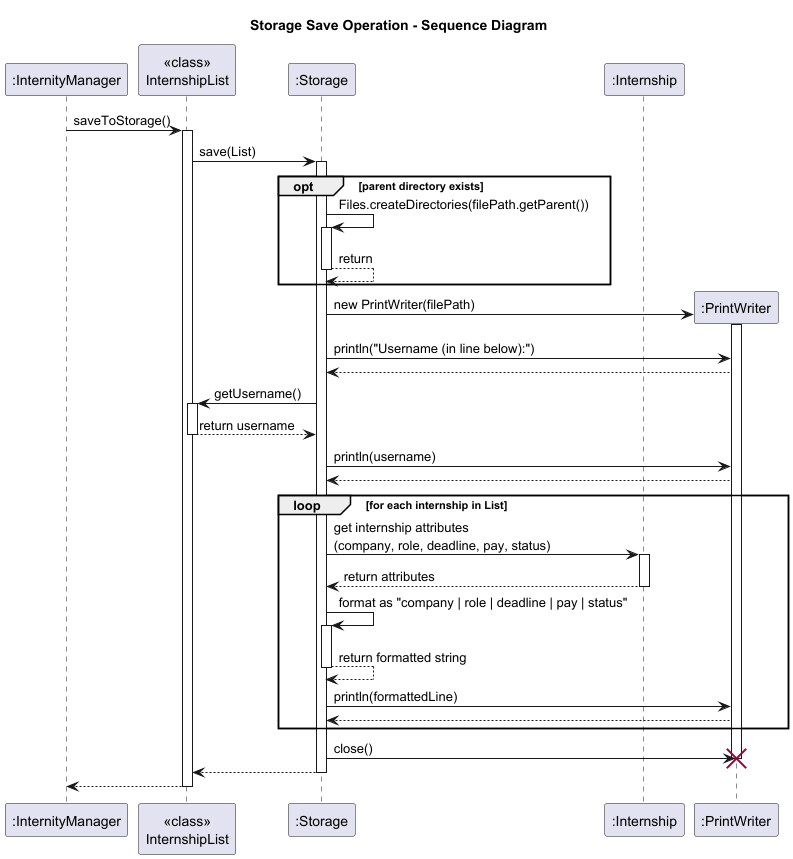
This is docs/diagrams/StorageSaveSD.png from AY2526S1-CS2113-W14-4/tp, a PlantUML export, as it was before one commit.
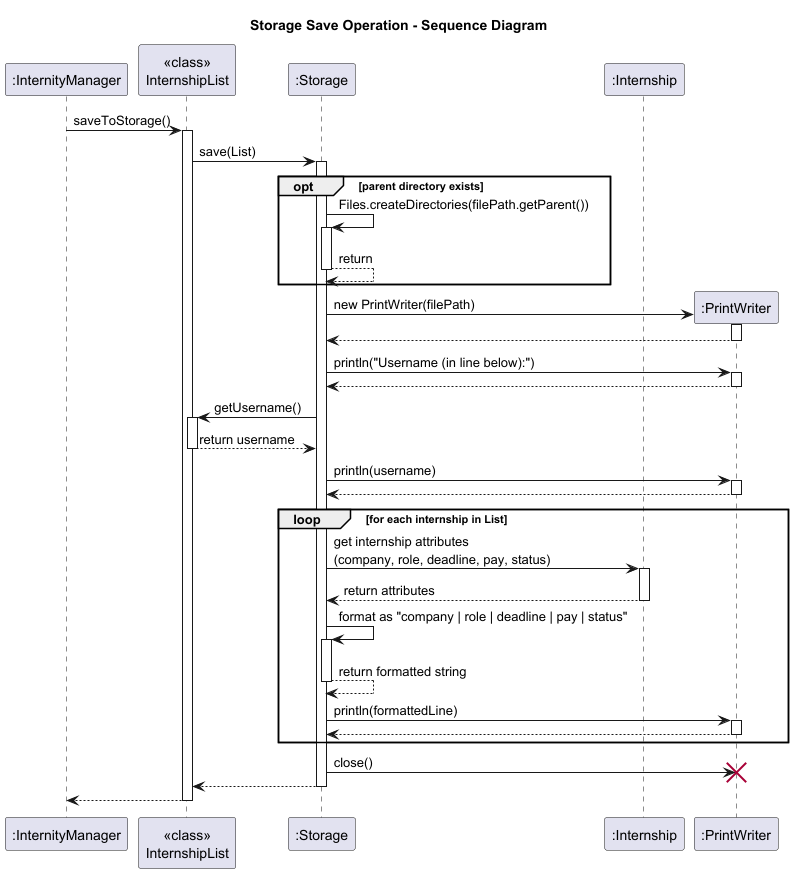
The same diagram one commit later.

What changed in the source:
```diff
@@ -21,15 +21,20 @@
 create ":PrintWriter" as PW
 S -> PW**: new PrintWriter(filePath)
 activate PW
+return
 
 S -> PW: println("Username (in line below):")
+activate PW
 PW --> S
+deactivate PW
 S -> IL: getUsername()
 activate IL
 IL --> S: return username
 deactivate IL
 S -> PW: println(username)
+activate PW
 PW --> S
+deactivate PW
 
 loop for each internship in List
     S -> Intern: get internship attributes\n(company, role, deadline, pay, status)
@@ -43,7 +48,9 @@
     deactivate S
 
     S -> PW: println(formattedLine)
+    activate PW
     PW --> S
+    deactivate PW
 end
 
 S -> PW: close()
```
